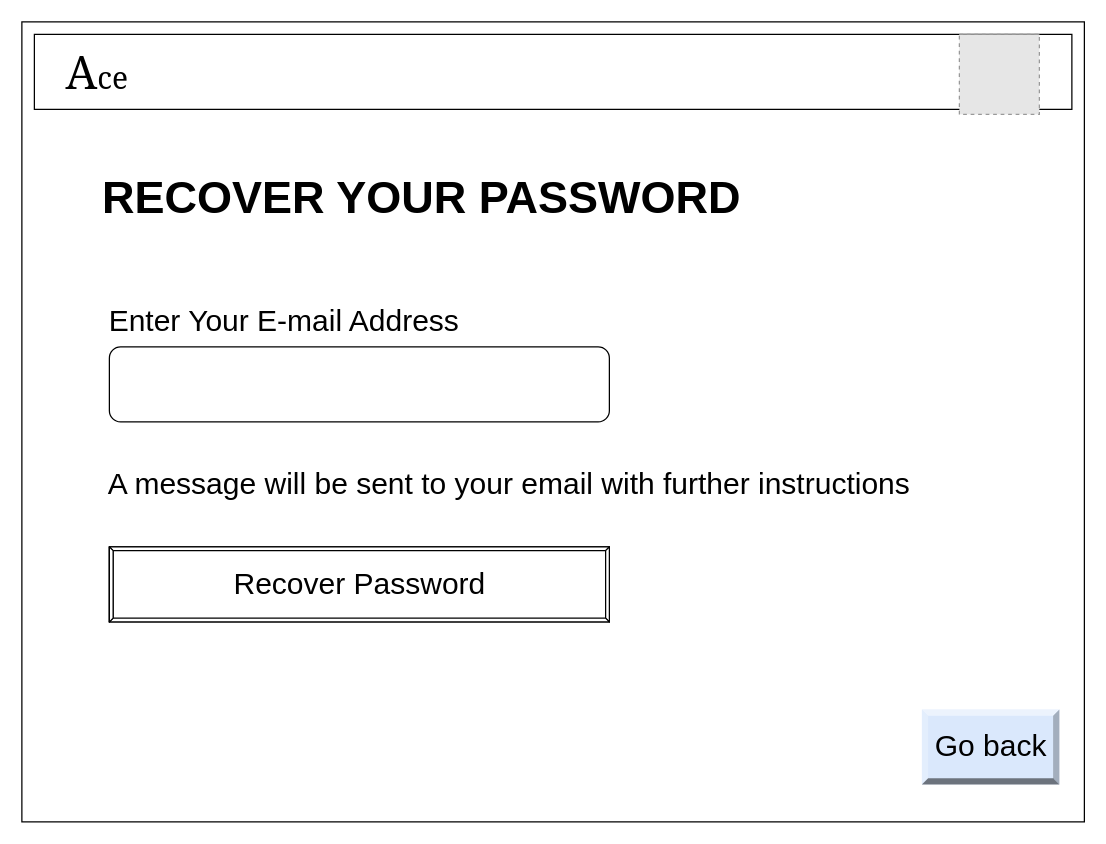
opeyemi-jonah/Ace-challenge keeps this draw.io diagram as ForgotPassword.drawio. Above is the earlier version. Source tidied: cells renumbered, new cells numbered last; positions are measured from the earlier drawing's top-left corner, leaving out a move shared by most shapes. Both pictures are drawn from the tidied source at 125%, with x=0, y=0 at pixel (21, 21). Pictures stored in the file or linked from it are replaced by grey dashed boxes.
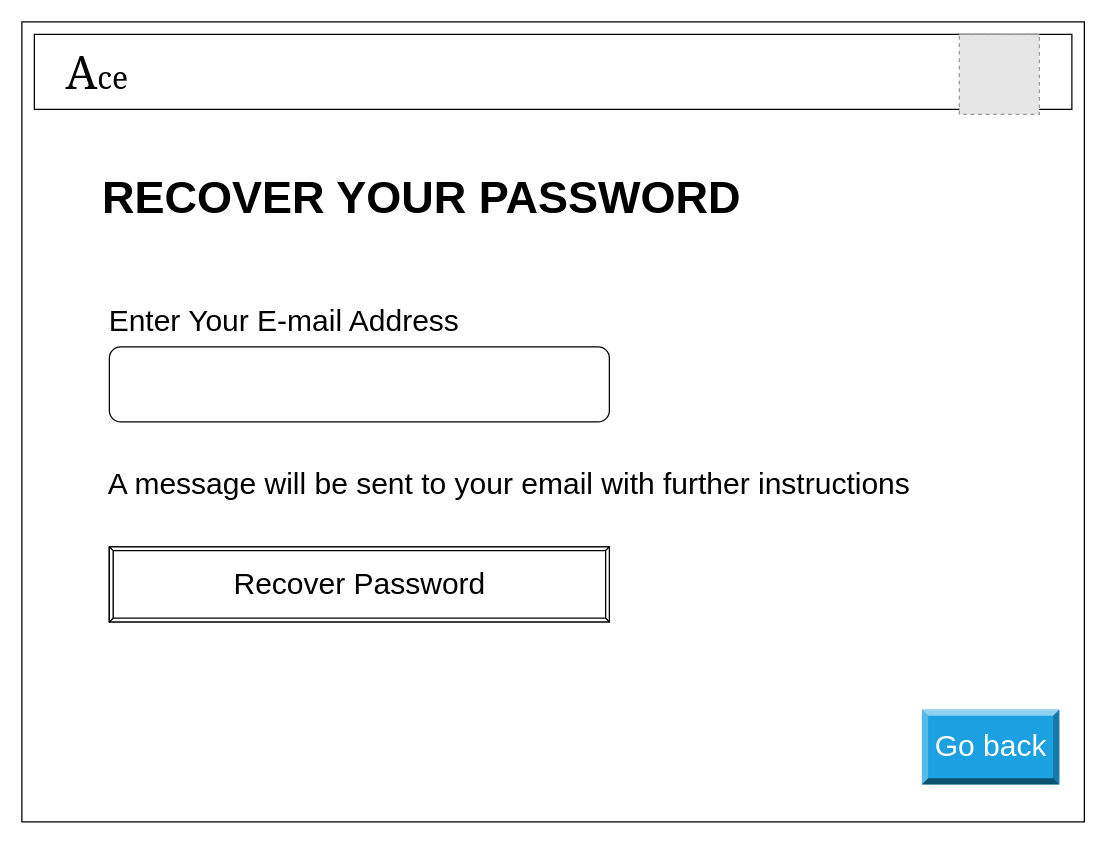
The same diagram, later.

What changed in the source:
```diff
@@
 <mxGraphModel>
   <root>
     <mxCell id="0" />
     <mxCell id="1" parent="0" />
     <mxCell id="2" style="rounded=0;whiteSpace=wrap;html=1;" parent="1" vertex="1">
       <mxGeometry width="850" height="640" as="geometry" />
     </mxCell>
     <mxCell id="3" value="&lt;font style=&quot;font-size: 36px&quot;&gt;&lt;b&gt;RECOVER YOUR PASSWORD&lt;/b&gt;&lt;/font&gt;" style="text;html=1;strokeColor=none;fillColor=none;align=center;verticalAlign=middle;whiteSpace=wrap;rounded=0;" parent="1" vertex="1">
       <mxGeometry x="60" y="130" width="520" height="20" as="geometry" />
     </mxCell>
     <mxCell id="4" value="&lt;span style=&quot;font-size: 24px&quot;&gt;Enter Your E-mail Address&lt;/span&gt;" style="text;html=1;strokeColor=none;fillColor=none;align=center;verticalAlign=middle;whiteSpace=wrap;rounded=0;" parent="1" vertex="1">
       <mxGeometry x="60" y="230" width="300" height="20" as="geometry" />
     </mxCell>
     <mxCell id="5" value="&lt;span style=&quot;font-size: 24px&quot;&gt;A message will be sent to your email with further instructions&lt;/span&gt;" style="text;html=1;strokeColor=none;fillColor=none;align=center;verticalAlign=middle;whiteSpace=wrap;rounded=0;" parent="1" vertex="1">
       <mxGeometry x="60" y="360" width="660" height="20" as="geometry" />
     </mxCell>
     <mxCell id="6" style="rounded=1;whiteSpace=wrap;html=1;" parent="1" vertex="1">
       <mxGeometry x="70" y="260" width="400" height="60" as="geometry" />
     </mxCell>
     <mxCell id="7" value="&lt;span style=&quot;font-size: 24px&quot;&gt;Recover Password&lt;/span&gt;" style="labelPosition=center;verticalLabelPosition=middle;align=center;html=1;shape=mxgraph.basic.button;dx=3;" parent="1" vertex="1">
       <mxGeometry x="70" y="420" width="400" height="60" as="geometry" />
     </mxCell>
-    <mxCell id="8" value="&lt;span style=&quot;font-size: 24px&quot;&gt;Go back&lt;/span&gt;" style="labelPosition=center;verticalLabelPosition=middle;align=center;html=1;shape=mxgraph.basic.shaded_button;dx=5;fillColor=#dae8fc;strokeColor=#6c8ebf;" parent="1" vertex="1">
+    <mxCell id="8" value="&lt;span style=&quot;font-size: 24px&quot;&gt;Go back&lt;/span&gt;" style="labelPosition=center;verticalLabelPosition=middle;align=center;html=1;shape=mxgraph.basic.shaded_button;dx=5;fillColor=#1ba1e2;strokeColor=#006EAF;fontColor=#ffffff;" parent="1" vertex="1">
       <mxGeometry x="720" y="550" width="110" height="60" as="geometry" />
     </mxCell>
     <mxCell id="9" style="rounded=0;whiteSpace=wrap;html=1;" parent="1" vertex="1">
       <mxGeometry x="10" y="10" width="830" height="60" as="geometry" />
     </mxCell>
     <mxCell id="10" value="&lt;font style=&quot;font-size: 36px&quot; face=&quot;Georgia&quot;&gt;A&lt;/font&gt;&lt;font style=&quot;font-size: 24px&quot; face=&quot;Georgia&quot;&gt;ce&lt;/font&gt;" style="text;html=1;strokeColor=none;fillColor=none;align=center;verticalAlign=middle;whiteSpace=wrap;rounded=0;" parent="1" vertex="1">
       <mxGeometry x="40" y="21" width="41" height="38" as="geometry" />
     </mxCell>
     <mxCell id="11" style="fillColor=#E6E6E6;strokeColor=#999999;dashed=1;html=1;verticalAlign=top;verticalLabelPosition=bottom;labelBackgroundColor=#ffffff;" parent="1" vertex="1">
       <mxGeometry x="750" y="10" width="64" height="64" as="geometry" />
     </mxCell>
   </root>
 </mxGraphModel>
```
